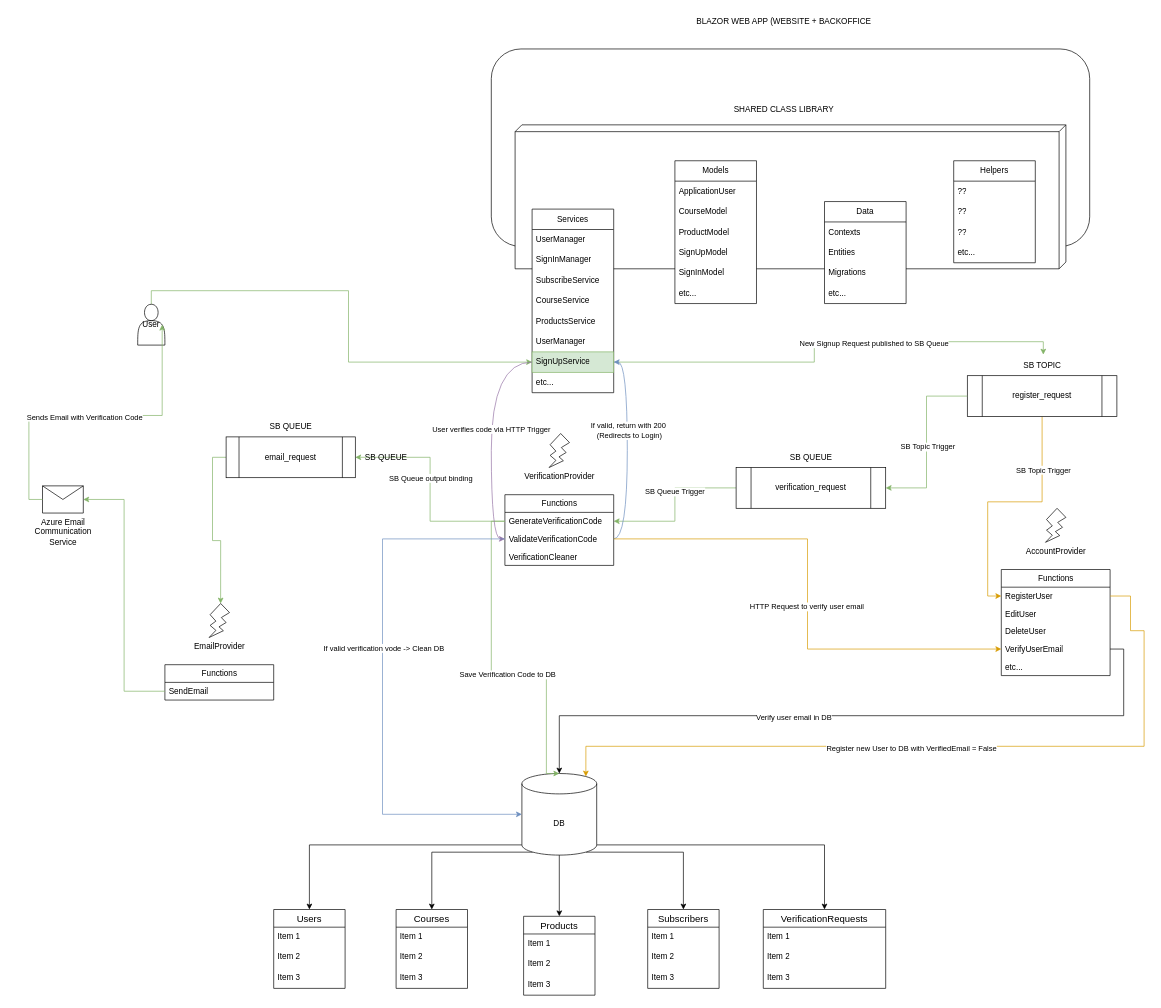
Above: silicon-infrastructure.drawio in silicon-jsb/planning (draw.io), before the change. Source tidied: cells renumbered, new cells numbered last; positions are measured from the earlier drawing's top-left corner, leaving out a move shared by most shapes. Both pictures are drawn from the tidied source at 68%, with x=0, y=0 at pixel (42, 12).
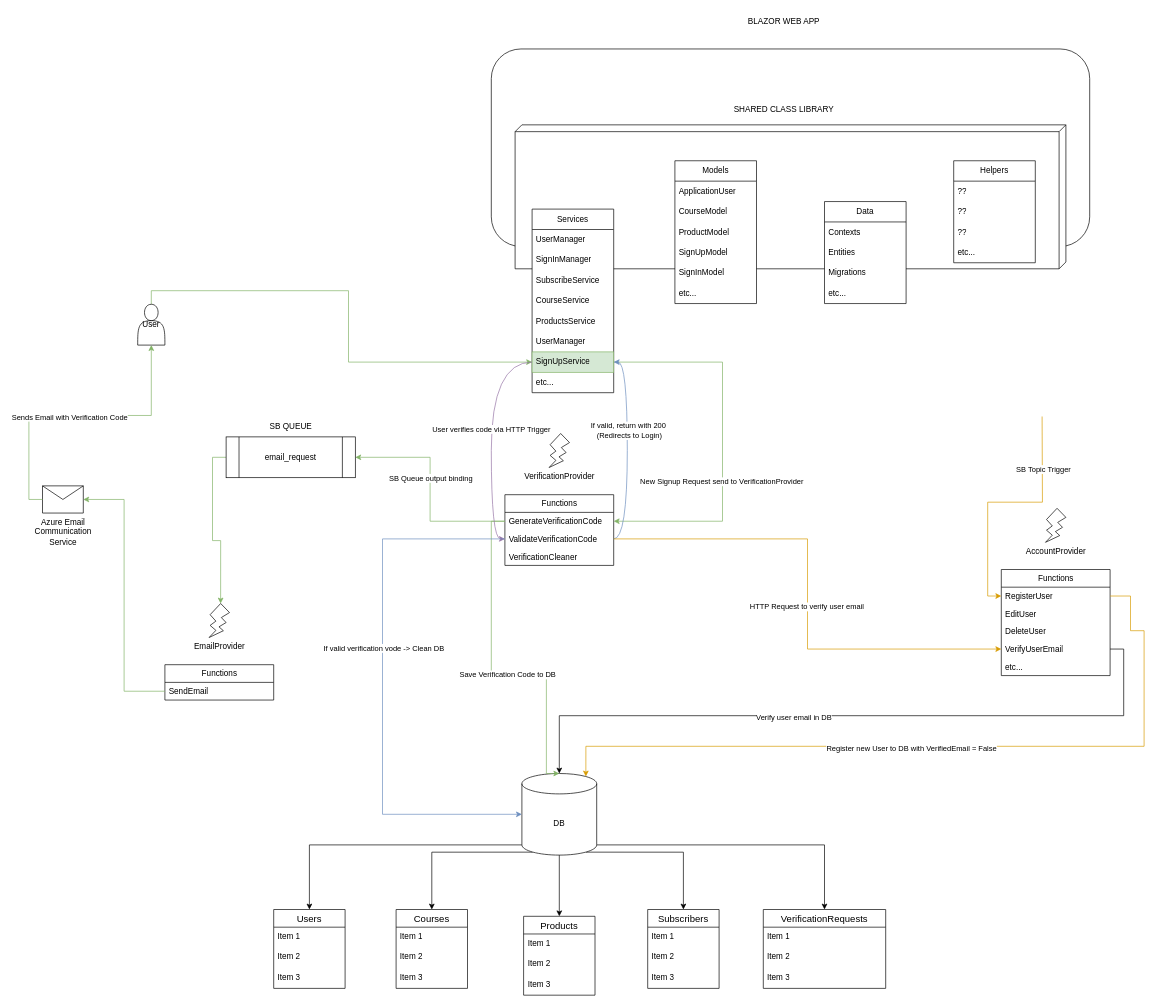
The same page after the edit.

Unchanged cells that the change refers to:
```xml
<mxCell id="5" value="&lt;span style=&quot;text-wrap: wrap;&quot;&gt;Azure Email Communication Service&lt;/span&gt;" style="shape=message;html=1;html=1;outlineConnect=0;labelPosition=center;verticalLabelPosition=bottom;align=center;verticalAlign=top;" parent="1" vertex="1">
  <mxGeometry y="697" width="60" height="40" as="geometry" />
</mxCell>
<mxCell id="7" value="User" style="shape=actor;whiteSpace=wrap;html=1;" parent="1" vertex="1">
  <mxGeometry x="140" y="430" width="40" height="60" as="geometry" />
</mxCell>
<mxCell id="13" value="GenerateVerificationCode" style="text;strokeColor=none;fillColor=none;align=left;verticalAlign=top;spacingLeft=4;spacingRight=4;overflow=hidden;points=[[0,0.5],[1,0.5]];portConstraint=eastwest;whiteSpace=wrap;html=1;" parent="12" vertex="1">
  <mxGeometry y="26" width="160" height="26" as="geometry" />
</mxCell>
<mxCell id="56" style="group;" parent="1" vertex="1">
  <mxGeometry x="660" width="880" height="460" as="geometry" />
</mxCell>
<mxCell id="69" value="SignUpService" style="text;strokeColor=#82b366;fillColor=#d5e8d4;align=left;verticalAlign=middle;spacingLeft=4;spacingRight=4;overflow=hidden;points=[[0,0.5],[1,0.5]];portConstraint=eastwest;whiteSpace=wrap;html=1;" parent="62" vertex="1">
  <mxGeometry y="210" width="120" height="30" as="geometry" />
</mxCell>
<mxCell id="91" value="RegisterUser" style="text;strokeColor=none;fillColor=none;align=left;verticalAlign=top;spacingLeft=4;spacingRight=4;overflow=hidden;points=[[0,0.5],[1,0.5]];portConstraint=eastwest;whiteSpace=wrap;html=1;" parent="90" vertex="1">
  <mxGeometry y="26" width="160" height="26" as="geometry" />
</mxCell>
```

The edit, as a diff of the source:
```diff
@@
-    <mxCell id="3" style="edgeStyle=orthogonalEdgeStyle;rounded=0;jettySize=auto;html=1;exitX=0;exitY=0.5;exitDx=0;exitDy=0;entryX=1;entryY=0.5;entryDx=0;entryDy=0;fillColor=#d5e8d4;strokeColor=#82b366;" parent="1" edge="1" source="25" target="13">
-      <mxGeometry relative="1" as="geometry" />
-    </mxCell>
-    <mxCell id="4" value="SB Queue Trigger" style="edgeLabel;html=1;align=center;verticalAlign=middle;" parent="3" vertex="1">
-      <mxGeometry x="-0.17" y="-1" relative="1" as="geometry" />
-    </mxCell>
@@
-    <mxCell id="8" style="edgeStyle=orthogonalEdgeStyle;rounded=0;jettySize=auto;html=1;exitX=0;exitY=0.5;exitDx=0;exitDy=0;entryX=0.9;entryY=0.5;entryDx=0;entryDy=0;entryPerimeter=0;fillColor=#d5e8d4;strokeColor=#82b366;" parent="1" edge="1" source="5" target="7">
+    <mxCell id="8" style="edgeStyle=orthogonalEdgeStyle;rounded=0;jettySize=auto;html=1;exitX=0;exitY=0.5;exitDx=0;exitDy=0;entryX=0.5;entryY=1;entryDx=0;entryDy=0;fillColor=#d5e8d4;strokeColor=#82b366;" parent="1" edge="1" source="5" target="7">
       <mxGeometry relative="1" as="geometry" />
     </mxCell>
@@
-    <mxCell id="23" value="SB QUEUE" style="text;html=1;align=center;verticalAlign=middle;strokeColor=none;fillColor=none;" parent="1" vertex="1">
-      <mxGeometry x="460" y="640" width="90" height="30" as="geometry" />
-    </mxCell>
-    <mxCell id="24" style="group;" parent="1" vertex="1">
-      <mxGeometry x="1020" y="640" width="220" height="90" as="geometry" />
-    </mxCell>
-    <mxCell id="25" value="verification_request" style="shape=process;whiteSpace=wrap;html=1;backgroundOutline=1;" parent="24" vertex="1">
-      <mxGeometry y="30" width="220" height="60" as="geometry" />
-    </mxCell>
-    <mxCell id="26" value="SB QUEUE" style="text;html=1;align=center;verticalAlign=middle;strokeColor=none;fillColor=none;" parent="24" vertex="1">
-      <mxGeometry x="65" width="90" height="30" as="geometry" />
-    </mxCell>
@@
-    <mxCell id="58" value="BLAZOR WEB APP (WEBSITE + BACKOFFICE" style="text;html=1;align=center;verticalAlign=middle;strokeColor=none;fillColor=none;" parent="56" vertex="1">
-      <mxGeometry x="290" width="280" height="30" as="geometry" />
+    <mxCell id="58" value="BLAZOR WEB APP" style="text;html=1;align=center;verticalAlign=middle;strokeColor=none;fillColor=none;" parent="56" vertex="1">
+      <mxGeometry x="365" width="130" height="30" as="geometry" />
     </mxCell>
@@
-    <mxCell id="96" style="edgeStyle=orthogonalEdgeStyle;rounded=0;jettySize=auto;html=1;exitX=1;exitY=0.5;exitDx=0;exitDy=0;fillColor=#d5e8d4;strokeColor=#82b366;entryX=0.522;entryY=-0.033;entryDx=0;entryDy=0;entryPerimeter=0;" parent="1" edge="1" source="69" target="110">
-      <mxGeometry relative="1" as="geometry" />
+    <mxCell id="96" style="edgeStyle=orthogonalEdgeStyle;rounded=0;jettySize=auto;html=1;exitX=1;exitY=0.5;exitDx=0;exitDy=0;fillColor=#d5e8d4;strokeColor=#82b366;entryX=1;entryY=0.5;entryDx=0;entryDy=0;" parent="1" edge="1" source="69" target="13">
+      <mxGeometry relative="1" as="geometry">
+        <Array as="points">
+          <mxPoint x="1000" y="515" />
+          <mxPoint x="1000" y="749" />
+        </Array>
+      </mxGeometry>
     </mxCell>
-    <mxCell id="97" value="New Signup Request published to SB Queue" style="edgeLabel;html=1;align=center;verticalAlign=middle;" parent="96" vertex="1">
+    <mxCell id="97" value="New Signup Request send to VerificationProvider" style="edgeLabel;html=1;align=center;verticalAlign=middle;" parent="96" vertex="1">
       <mxGeometry x="0.21" y="-2" relative="1" as="geometry" />
     </mxCell>
@@
-    <mxCell id="102" style="edgeStyle=orthogonalEdgeStyle;rounded=0;jettySize=auto;html=1;exitX=0.5;exitY=1;exitDx=0;exitDy=0;entryX=0;entryY=0.5;entryDx=0;entryDy=0;fillColor=#ffe6cc;strokeColor=#d79b00;" parent="1" edge="1" source="109" target="91">
-      <mxGeometry relative="1" as="geometry" />
+    <mxCell id="102" style="edgeStyle=orthogonalEdgeStyle;rounded=0;jettySize=auto;html=1;exitX=0.5;exitY=1;exitDx=0;exitDy=0;entryX=0;entryY=0.5;entryDx=0;entryDy=0;fillColor=#ffe6cc;strokeColor=#d79b00;" parent="1" edge="1" target="91">
+      <mxGeometry relative="1" as="geometry">
+        <mxPoint x="1470" y="595" as="sourcePoint" />
+      </mxGeometry>
     </mxCell>
@@
-    <mxCell id="108" style="group;" parent="1" vertex="1">
-      <mxGeometry x="1360" y="505" width="220" height="90" as="geometry" />
-    </mxCell>
-    <mxCell id="109" value="register_request" style="shape=process;whiteSpace=wrap;html=1;backgroundOutline=1;" parent="108" vertex="1">
-      <mxGeometry y="30" width="220" height="60" as="geometry" />
-    </mxCell>
-    <mxCell id="110" value="SB TOPIC" style="text;html=1;align=center;verticalAlign=middle;points=[];strokeColor=none;fillColor=none;" parent="108" vertex="1">
-      <mxGeometry x="70" width="80" height="30" as="geometry" />
-    </mxCell>
@@
-    <mxCell id="114" style="edgeStyle=orthogonalEdgeStyle;rounded=0;jettySize=auto;html=1;exitX=0;exitY=0.5;exitDx=0;exitDy=0;entryX=1;entryY=0.5;entryDx=0;entryDy=0;fillColor=#d5e8d4;strokeColor=#82b366;" parent="1" edge="1" source="109" target="25">
-      <mxGeometry relative="1" as="geometry" />
-    </mxCell>
-    <mxCell id="115" value="SB Topic Trigger" style="edgeLabel;html=1;align=center;verticalAlign=middle;" parent="114" vertex="1">
-      <mxGeometry x="0.05" y="1" relative="1" as="geometry" />
-    </mxCell>
```
